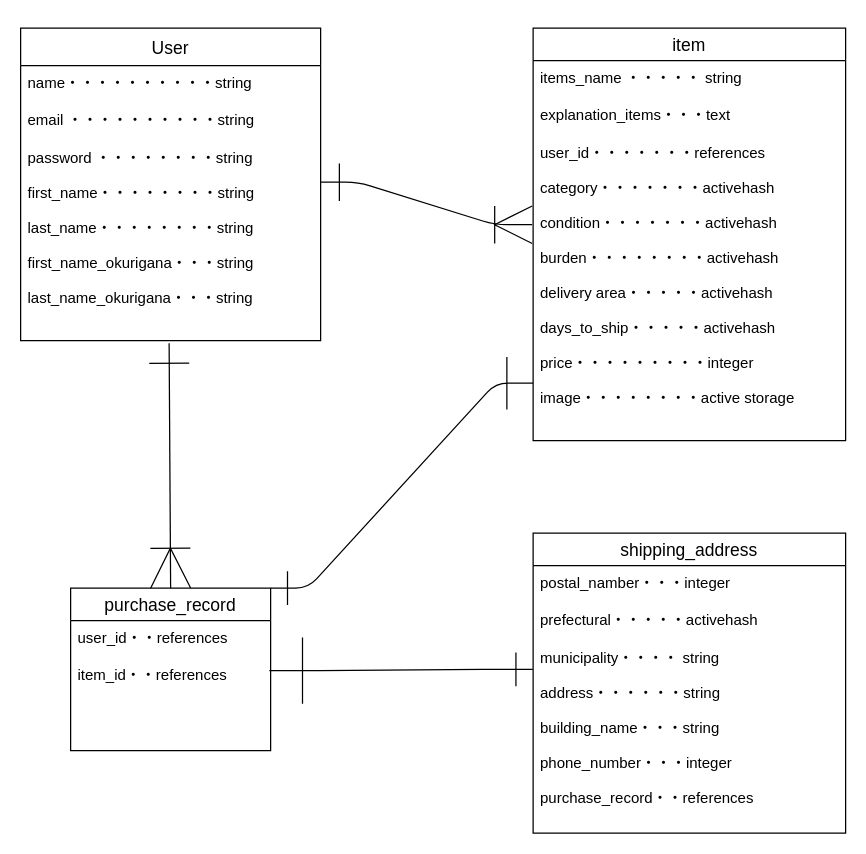
This is app/furima.dio from masahiko1214/furima-34506, a draw.io file, before an edit. Source tidied: cells renumbered, new cells numbered last; positions are measured from the earlier drawing's top-left corner, leaving out a move shared by most shapes. Both pictures are drawn from the tidied source at 125%, with x=0, y=0 at pixel (20, 28).
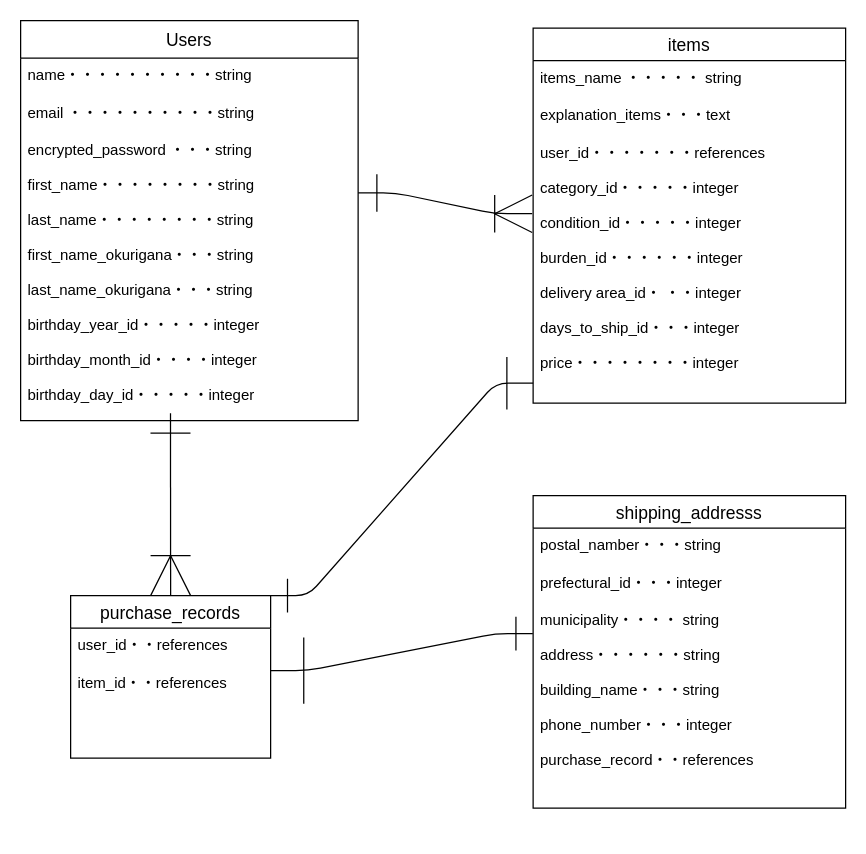
The same page after the edit.

Commit message (it also covers changes not shown here):
コードレビュー後、修正#1

DB設計の修正

What changed in the source:
```diff
@@
-    <mxCell id="2" value="User" style="swimlane;fontStyle=0;horizontal=1;startSize=30;align=center;fontSize=14;" parent="1" vertex="1">
-      <mxGeometry width="240" height="250" as="geometry" />
+    <mxCell id="2" value="Users" style="swimlane;fontStyle=0;horizontal=1;startSize=30;align=center;fontSize=14;" parent="1" vertex="1">
+      <mxGeometry y="-6" width="270" height="320" as="geometry" />
     </mxCell>
     <mxCell id="3" value="name・・・・・・・・・・string" style="text;strokeColor=none;fillColor=none;spacingLeft=4;spacingRight=4;overflow=hidden;fontSize=12;" parent="2" vertex="1">
-      <mxGeometry y="30" width="240" height="30" as="geometry" />
+      <mxGeometry y="30" width="270" height="30" as="geometry" />
     </mxCell>
     <mxCell id="4" value="email ・・・・・・・・・・string" style="text;strokeColor=none;fillColor=none;spacingLeft=4;spacingRight=4;overflow=hidden;fontSize=12;" parent="2" vertex="1">
-      <mxGeometry y="60" width="240" height="30" as="geometry" />
+      <mxGeometry y="60" width="270" height="30" as="geometry" />
     </mxCell>
-    <mxCell id="5" value="password ・・・・・・・・string&#10;&#10;first_name・・・・・・・・string&#10;&#10;last_name・・・・・・・・string&#10;&#10;first_name_okurigana・・・string&#10;&#10;last_name_okurigana・・・string&#10;&#10;&#10;" style="text;strokeColor=none;fillColor=none;spacingLeft=4;spacingRight=4;overflow=hidden;points=[[0,0.5],[1,0.5]];portConstraint=eastwest;fontSize=12;" parent="2" vertex="1">
-      <mxGeometry y="90" width="240" height="160" as="geometry" />
+    <mxCell id="5" value="encrypted_password ・・・string&#10;&#10;first_name・・・・・・・・string&#10;&#10;last_name・・・・・・・・string&#10;&#10;first_name_okurigana・・・string&#10;&#10;last_name_okurigana・・・string&#10;&#10;birthday_year_id・・・・・integer&#10;&#10;birthday_month_id・・・・integer&#10;&#10;birthday_day_id・・・・・integer&#10;&#10;&#10;&#10;&#10;&#10;&#10;&#10;&#10;&#10;" style="text;strokeColor=none;fillColor=none;spacingLeft=4;spacingRight=4;overflow=hidden;points=[[0,0.5],[1,0.5]];portConstraint=eastwest;fontSize=12;" parent="2" vertex="1">
+      <mxGeometry y="90" width="270" height="230" as="geometry" />
     </mxCell>
-    <mxCell id="6" value="item" style="swimlane;fontStyle=0;horizontal=1;startSize=26;align=center;fontSize=14;" parent="1" vertex="1">
-      <mxGeometry x="410" width="250" height="330" as="geometry" />
+    <mxCell id="6" value="items" style="swimlane;fontStyle=0;horizontal=1;startSize=26;align=center;fontSize=14;" parent="1" vertex="1">
+      <mxGeometry x="410" width="250" height="300" as="geometry" />
     </mxCell>
@@
-    <mxCell id="9" value="user_id・・・・・・・references&#10;&#10;category・・・・・・・activehash&#10;&#10;condition・・・・・・・activehash&#10;&#10;burden・・・・・・・・activehash&#10;&#10;delivery area・・・・・activehash&#10;&#10;days_to_ship・・・・・activehash&#10;&#10;price・・・・・・・・・integer&#10;&#10;image・・・・・・・・active storage" style="text;strokeColor=none;fillColor=none;spacingLeft=4;spacingRight=4;overflow=hidden;points=[[0,0.5],[1,0.5]];portConstraint=eastwest;fontSize=12;" parent="6" vertex="1">
-      <mxGeometry y="86" width="250" height="244" as="geometry" />
+    <mxCell id="9" value="user_id・・・・・・・references&#10;&#10;category_id・・・・・integer&#10;&#10;condition_id・・・・・integer&#10;&#10;burden_id・・・・・・integer&#10;&#10;delivery area_id・ ・・integer&#10;&#10;days_to_ship_id・・・integer&#10;&#10;price・・・・・・・・integer&#10;&#10;" style="text;strokeColor=none;fillColor=none;spacingLeft=4;spacingRight=4;overflow=hidden;points=[[0,0.5],[1,0.5]];portConstraint=eastwest;fontSize=12;" parent="6" vertex="1">
+      <mxGeometry y="86" width="250" height="214" as="geometry" />
     </mxCell>
-    <mxCell id="10" value="purchase_record" style="swimlane;fontStyle=0;horizontal=1;startSize=26;align=center;fontSize=14;" parent="1" vertex="1">
-      <mxGeometry x="40" y="448" width="160" height="130" as="geometry" />
+    <mxCell id="10" value="purchase_records" style="swimlane;fontStyle=0;horizontal=1;startSize=26;align=center;fontSize=14;" parent="1" vertex="1">
+      <mxGeometry x="40" y="454" width="160" height="130" as="geometry" />
     </mxCell>
@@
-    <mxCell id="13" value="shipping_address" style="swimlane;fontStyle=0;horizontal=1;startSize=26;align=center;fontSize=14;" parent="1" vertex="1">
-      <mxGeometry x="410" y="404" width="250" height="240" as="geometry" />
+    <mxCell id="13" value="shipping_addresss" style="swimlane;fontStyle=0;horizontal=1;startSize=26;align=center;fontSize=14;" parent="1" vertex="1">
+      <mxGeometry x="410" y="374" width="250" height="250" as="geometry" />
     </mxCell>
-    <mxCell id="14" value="postal_namber・・・integer" style="text;strokeColor=none;fillColor=none;spacingLeft=4;spacingRight=4;overflow=hidden;fontSize=12;" parent="13" vertex="1">
+    <mxCell id="14" value="postal_namber・・・string" style="text;strokeColor=none;fillColor=none;spacingLeft=4;spacingRight=4;overflow=hidden;fontSize=12;" parent="13" vertex="1">
       <mxGeometry y="26" width="250" height="30" as="geometry" />
     </mxCell>
-    <mxCell id="15" value="prefectural・・・・・activehash" style="text;strokeColor=none;fillColor=none;spacingLeft=4;spacingRight=4;overflow=hidden;fontSize=12;" parent="13" vertex="1">
+    <mxCell id="15" value="prefectural_id・・・integer&#10;" style="text;strokeColor=none;fillColor=none;spacingLeft=4;spacingRight=4;overflow=hidden;fontSize=12;" parent="13" vertex="1">
       <mxGeometry y="56" width="250" height="30" as="geometry" />
     </mxCell>
     <mxCell id="16" value="municipality・・・・ string&#10;&#10;address・・・・・・string&#10;&#10;building_name・・・string&#10;&#10;phone_number・・・integer&#10;&#10;purchase_record・・references" style="text;strokeColor=none;fillColor=none;spacingLeft=4;spacingRight=4;overflow=hidden;points=[[0,0.5],[1,0.5]];portConstraint=eastwest;fontSize=12;" parent="13" vertex="1">
-      <mxGeometry y="86" width="250" height="154" as="geometry" />
+      <mxGeometry y="86" width="250" height="164" as="geometry" />
     </mxCell>
@@
-    <mxCell id="18" style="fontSize=12;html=1;endArrow=ERoneToMany;entryX=0.5;entryY=0;entryDx=0;entryDy=0;endSize=30;startSize=30;startArrow=ERone;startFill=0;exitX=0.495;exitY=1.013;exitDx=0;exitDy=0;exitPerimeter=0;" parent="1" edge="1" source="5" target="10">
+    <mxCell id="18" style="fontSize=12;html=1;endArrow=ERoneToMany;entryX=0.5;entryY=0;entryDx=0;entryDy=0;endSize=30;startSize=30;startArrow=ERone;startFill=0;exitX=0.444;exitY=0.974;exitDx=0;exitDy=0;exitPerimeter=0;" parent="1" edge="1" source="5" target="10">
       <mxGeometry relative="1" as="geometry" />
     </mxCell>
@@
     <mxCell id="20" style="edgeStyle=entityRelationEdgeStyle;fontSize=12;html=1;endArrow=ERone;endFill=1;entryX=-0.001;entryY=0.149;entryDx=0;entryDy=0;entryPerimeter=0;endSize=25;startArrow=ERone;startFill=0;startSize=51;" parent="1" edge="1" target="16">
       <mxGeometry relative="1" as="geometry">
-        <mxPoint x="199" y="514" as="sourcePoint" />
+        <mxPoint x="200" y="514" as="sourcePoint" />
       </mxGeometry>
     </mxCell>
```
